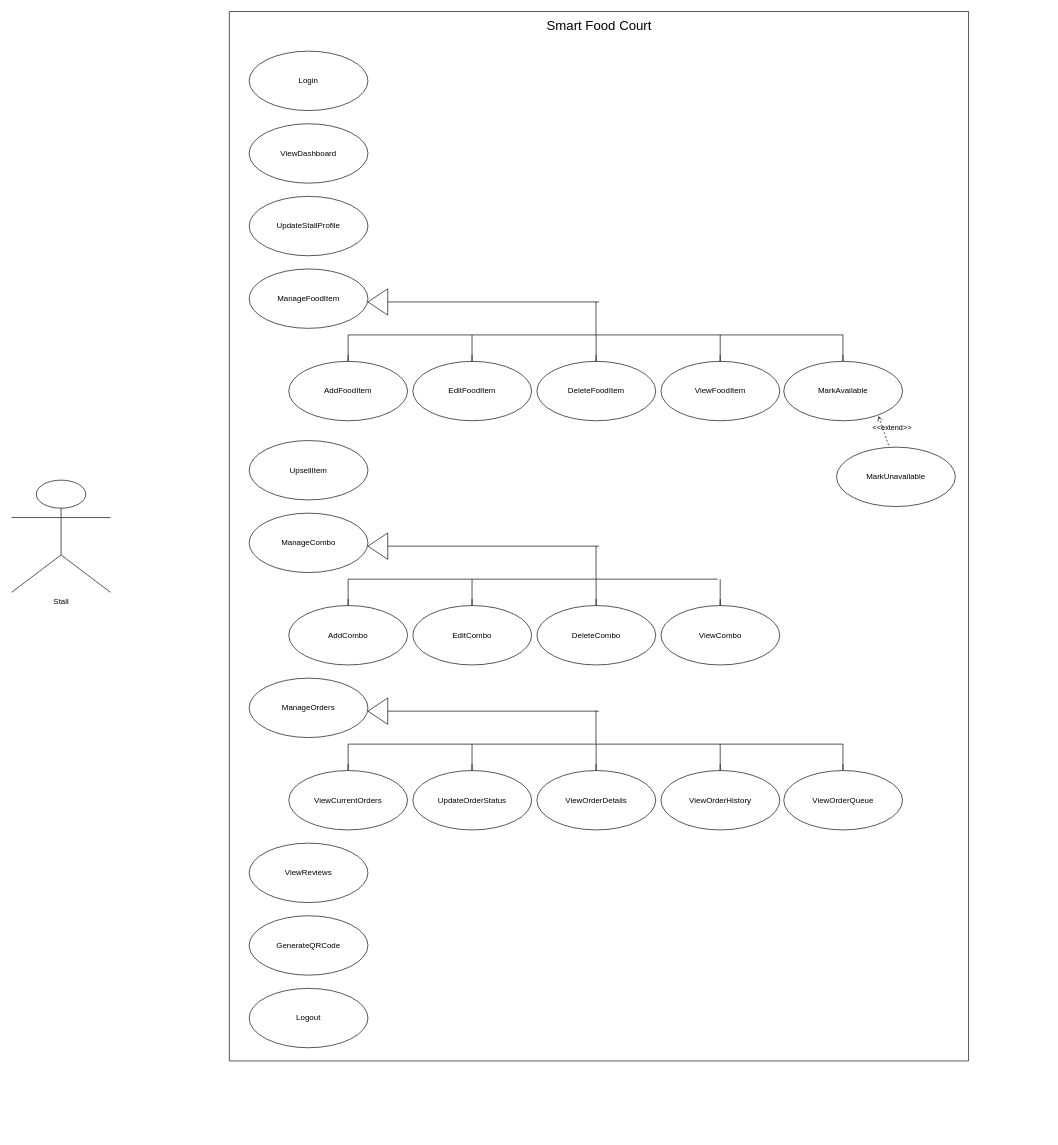
This is usecase/Stall-UseCase.drawio from arafatmansuri/SmartFoodCourt-System-Design, a draw.io file, before an edit. Source tidied: cells renumbered, new cells numbered last; positions are measured from the earlier drawing's top-left corner, leaving out a move shared by most shapes. Both pictures are drawn from the tidied source at 66%, with x=0, y=0 at pixel (11, 11).
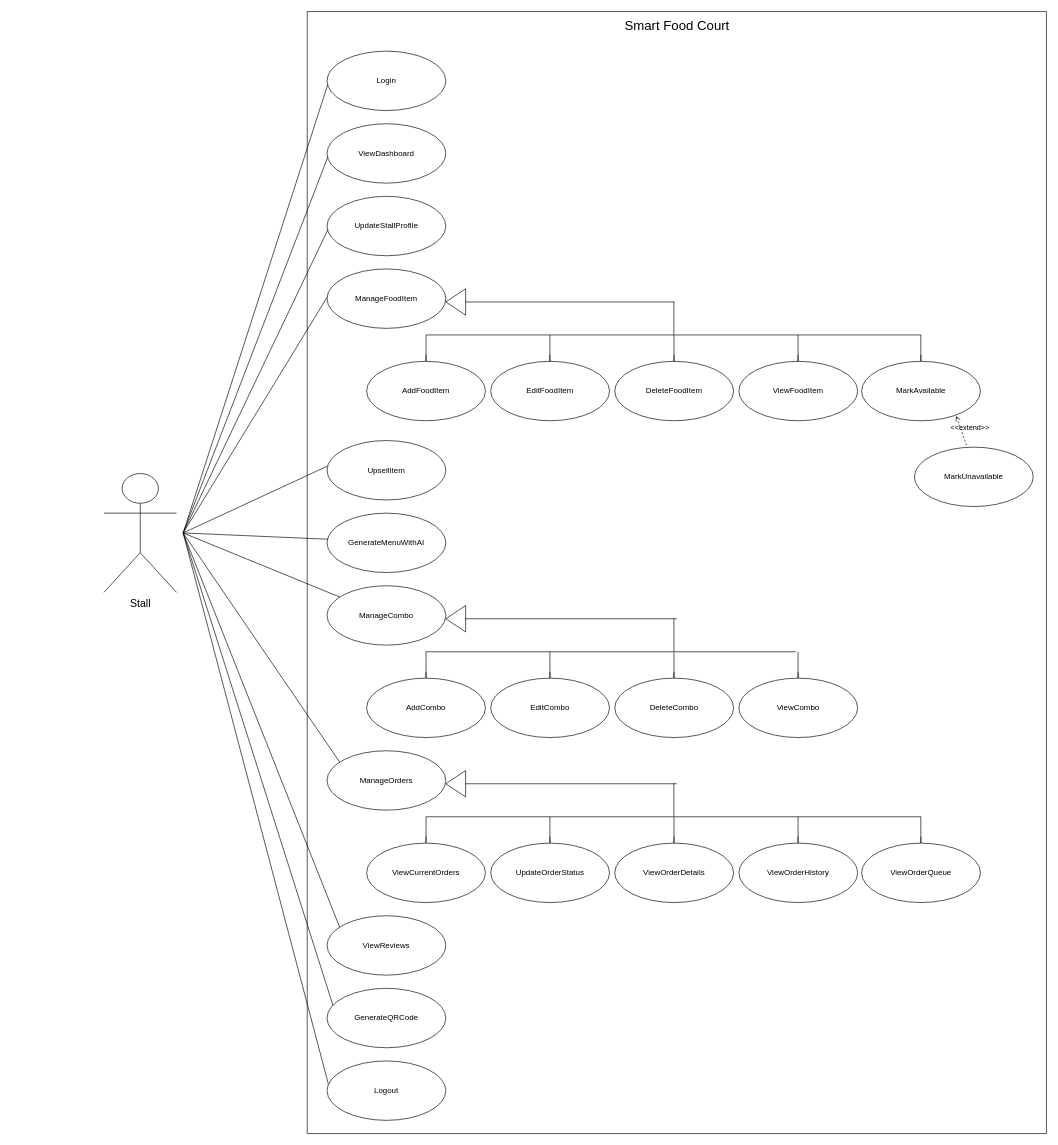
The same diagram, later.

Commit message:
Add Relation with Stall and UseCases in Stall-UseCase.drawio

The change refers to these unchanged cells:
```xml
<mxCell id="5" value="ViewDashboard" style="ellipse;whiteSpace=wrap;html=1;labelBackgroundColor=none;" parent="2" vertex="1">
  <mxGeometry x="30" y="170" width="180" height="90" as="geometry" />
</mxCell>
<mxCell id="24" value="UpsellItem" style="ellipse;whiteSpace=wrap;html=1;labelBackgroundColor=none;" parent="2" vertex="1">
  <mxGeometry x="30" y="650" width="180" height="90" as="geometry" />
</mxCell>
```

What changed in the source:
```diff
@@
     <mxCell id="2" style="swimlane;startSize=0;labelBackgroundColor=none;" parent="1" vertex="1">
-      <mxGeometry x="330" width="1120" height="1590" as="geometry" />
+      <mxGeometry x="448" width="1120" height="1700" as="geometry" />
     </mxCell>
@@
     <mxCell id="9" style="endArrow=none;html=1;rounded=0;fontColor=default;labelBackgroundColor=none;" parent="2" edge="1">
       <mxGeometry relative="1" as="geometry">
         <mxPoint x="240" y="440" as="sourcePoint" />
-        <mxPoint x="560" y="440" as="targetPoint" />
+        <mxPoint x="556" y="440" as="targetPoint" />
       </mxGeometry>
     </mxCell>
@@
     <mxCell id="25" value="ManageCombo" style="ellipse;whiteSpace=wrap;html=1;labelBackgroundColor=none;" parent="2" vertex="1">
-      <mxGeometry x="30" y="760" width="180" height="90" as="geometry" />
+      <mxGeometry x="30" y="870" width="180" height="90" as="geometry" />
     </mxCell>
     <mxCell id="26" style="triangle;whiteSpace=wrap;html=1;fillColor=none;direction=north;rotation=-90;labelBackgroundColor=none;" parent="2" vertex="1">
-      <mxGeometry x="205" y="795" width="40" height="30" as="geometry" />
+      <mxGeometry x="205" y="905" width="40" height="30" as="geometry" />
     </mxCell>
     <mxCell id="27" style="endArrow=none;html=1;rounded=0;fontColor=default;labelBackgroundColor=none;" parent="2" edge="1">
       <mxGeometry relative="1" as="geometry">
-        <mxPoint x="240" y="810" as="sourcePoint" />
-        <mxPoint x="560" y="810" as="targetPoint" />
+        <mxPoint x="240" y="920" as="sourcePoint" />
+        <mxPoint x="560" y="920" as="targetPoint" />
       </mxGeometry>
     </mxCell>
     <mxCell id="28" style="endArrow=none;html=1;rounded=0;fontColor=default;labelBackgroundColor=none;" parent="2" edge="1">
       <mxGeometry relative="1" as="geometry">
-        <mxPoint x="555.6" y="859.5" as="sourcePoint" />
-        <mxPoint x="555.6" y="809.5" as="targetPoint" />
+        <mxPoint x="555.6" y="969.5" as="sourcePoint" />
+        <mxPoint x="555.6" y="919.5" as="targetPoint" />
       </mxGeometry>
     </mxCell>
     <mxCell id="29" style="endArrow=none;html=1;rounded=0;fontColor=default;labelBackgroundColor=none;" parent="2" edge="1">
       <mxGeometry relative="1" as="geometry">
-        <mxPoint x="740" y="860" as="sourcePoint" />
-        <mxPoint x="180" y="860" as="targetPoint" />
+        <mxPoint x="740" y="970" as="sourcePoint" />
+        <mxPoint x="180" y="970" as="targetPoint" />
       </mxGeometry>
     </mxCell>
     <mxCell id="30" style="endArrow=none;html=1;rounded=0;fontColor=default;labelBackgroundColor=none;" parent="2" edge="1">
       <mxGeometry relative="1" as="geometry">
-        <mxPoint x="180" y="890" as="sourcePoint" />
-        <mxPoint x="180" y="860" as="targetPoint" />
+        <mxPoint x="180" y="1000" as="sourcePoint" />
+        <mxPoint x="180" y="970" as="targetPoint" />
         <Array as="points">
-          <mxPoint x="180" y="900" />
-          <mxPoint x="180" y="890" />
+          <mxPoint x="180" y="1010" />
+          <mxPoint x="180" y="1000" />
         </Array>
       </mxGeometry>
     </mxCell>
     <mxCell id="31" value="AddCombo" style="ellipse;whiteSpace=wrap;html=1;labelBackgroundColor=none;rotation=0;direction=west;" parent="2" vertex="1">
-      <mxGeometry x="90" y="900" width="180" height="90" as="geometry" />
+      <mxGeometry x="90" y="1010" width="180" height="90" as="geometry" />
     </mxCell>
     <mxCell id="32" value="EditCombo" style="ellipse;whiteSpace=wrap;html=1;labelBackgroundColor=none;rotation=0;direction=west;" parent="2" vertex="1">
-      <mxGeometry x="278" y="900" width="180" height="90" as="geometry" />
+      <mxGeometry x="278" y="1010" width="180" height="90" as="geometry" />
     </mxCell>
     <mxCell id="33" style="endArrow=none;html=1;rounded=0;fontColor=default;labelBackgroundColor=none;" parent="2" edge="1">
       <mxGeometry relative="1" as="geometry">
-        <mxPoint x="367.7" y="890" as="sourcePoint" />
-        <mxPoint x="367.7" y="860" as="targetPoint" />
+        <mxPoint x="367.7" y="1000" as="sourcePoint" />
+        <mxPoint x="367.7" y="970" as="targetPoint" />
         <Array as="points">
-          <mxPoint x="367.7" y="900" />
-          <mxPoint x="367.7" y="890" />
+          <mxPoint x="367.7" y="1010" />
+          <mxPoint x="367.7" y="1000" />
         </Array>
       </mxGeometry>
     </mxCell>
     <mxCell id="34" value="DeleteCombo" style="ellipse;whiteSpace=wrap;html=1;labelBackgroundColor=none;rotation=0;direction=west;" parent="2" vertex="1">
-      <mxGeometry x="466" y="900" width="180" height="90" as="geometry" />
+      <mxGeometry x="466" y="1010" width="180" height="90" as="geometry" />
     </mxCell>
     <mxCell id="35" style="endArrow=none;html=1;rounded=0;fontColor=default;labelBackgroundColor=none;" parent="2" edge="1">
       <mxGeometry relative="1" as="geometry">
-        <mxPoint x="555.7" y="890" as="sourcePoint" />
-        <mxPoint x="555.7" y="860" as="targetPoint" />
+        <mxPoint x="555.7" y="1000" as="sourcePoint" />
+        <mxPoint x="555.7" y="970" as="targetPoint" />
         <Array as="points">
-          <mxPoint x="555.7" y="900" />
-          <mxPoint x="555.7" y="890" />
+          <mxPoint x="555.7" y="1010" />
+          <mxPoint x="555.7" y="1000" />
         </Array>
       </mxGeometry>
     </mxCell>
     <mxCell id="36" value="ViewCombo" style="ellipse;whiteSpace=wrap;html=1;labelBackgroundColor=none;rotation=0;direction=west;" parent="2" vertex="1">
-      <mxGeometry x="654" y="900" width="180" height="90" as="geometry" />
+      <mxGeometry x="654" y="1010" width="180" height="90" as="geometry" />
     </mxCell>
     <mxCell id="37" style="endArrow=none;html=1;rounded=0;fontColor=default;labelBackgroundColor=none;" parent="2" edge="1">
       <mxGeometry relative="1" as="geometry">
-        <mxPoint x="743.7" y="890" as="sourcePoint" />
-        <mxPoint x="743.7" y="860" as="targetPoint" />
+        <mxPoint x="743.7" y="1000" as="sourcePoint" />
+        <mxPoint x="743.7" y="970" as="targetPoint" />
         <Array as="points">
-          <mxPoint x="743.7" y="900" />
-          <mxPoint x="743.7" y="890" />
+          <mxPoint x="743.7" y="1010" />
+          <mxPoint x="743.7" y="1000" />
         </Array>
       </mxGeometry>
     </mxCell>
     <mxCell id="38" value="ManageOrders" style="ellipse;whiteSpace=wrap;html=1;labelBackgroundColor=none;" parent="2" vertex="1">
-      <mxGeometry x="30" y="1010" width="180" height="90" as="geometry" />
+      <mxGeometry x="30" y="1120" width="180" height="90" as="geometry" />
     </mxCell>
     <mxCell id="39" style="triangle;whiteSpace=wrap;html=1;fillColor=none;direction=north;rotation=-90;labelBackgroundColor=none;" parent="2" vertex="1">
-      <mxGeometry x="205" y="1045" width="40" height="30" as="geometry" />
+      <mxGeometry x="205" y="1155" width="40" height="30" as="geometry" />
     </mxCell>
     <mxCell id="40" style="endArrow=none;html=1;rounded=0;fontColor=default;labelBackgroundColor=none;" parent="2" edge="1">
       <mxGeometry relative="1" as="geometry">
-        <mxPoint x="240" y="1060" as="sourcePoint" />
-        <mxPoint x="560" y="1060" as="targetPoint" />
+        <mxPoint x="240" y="1170" as="sourcePoint" />
+        <mxPoint x="560" y="1170" as="targetPoint" />
       </mxGeometry>
     </mxCell>
     <mxCell id="41" style="endArrow=none;html=1;rounded=0;fontColor=default;labelBackgroundColor=none;" parent="2" edge="1">
       <mxGeometry relative="1" as="geometry">
-        <mxPoint x="555.5" y="1109.5" as="sourcePoint" />
-        <mxPoint x="555.5" y="1059.5" as="targetPoint" />
+        <mxPoint x="555.5" y="1219.5" as="sourcePoint" />
+        <mxPoint x="555.5" y="1169.5" as="targetPoint" />
       </mxGeometry>
     </mxCell>
     <mxCell id="42" style="endArrow=none;html=1;rounded=0;fontColor=default;labelBackgroundColor=none;" parent="2" edge="1">
       <mxGeometry relative="1" as="geometry">
-        <mxPoint x="930" y="1110" as="sourcePoint" />
-        <mxPoint x="180" y="1110" as="targetPoint" />
+        <mxPoint x="930" y="1220" as="sourcePoint" />
+        <mxPoint x="180" y="1220" as="targetPoint" />
       </mxGeometry>
     </mxCell>
     <mxCell id="43" style="endArrow=none;html=1;rounded=0;fontColor=default;labelBackgroundColor=none;" parent="2" edge="1">
       <mxGeometry relative="1" as="geometry">
-        <mxPoint x="180" y="1140" as="sourcePoint" />
-        <mxPoint x="180" y="1110" as="targetPoint" />
+        <mxPoint x="180" y="1250" as="sourcePoint" />
+        <mxPoint x="180" y="1220" as="targetPoint" />
         <Array as="points">
-          <mxPoint x="180" y="1150" />
-          <mxPoint x="180" y="1140" />
+          <mxPoint x="180" y="1260" />
+          <mxPoint x="180" y="1250" />
         </Array>
       </mxGeometry>
     </mxCell>
     <mxCell id="44" value="ViewCurrentOrders" style="ellipse;whiteSpace=wrap;html=1;labelBackgroundColor=none;rotation=0;direction=west;" parent="2" vertex="1">
-      <mxGeometry x="90" y="1150" width="180" height="90" as="geometry" />
+      <mxGeometry x="90" y="1260" width="180" height="90" as="geometry" />
     </mxCell>
     <mxCell id="45" value="UpdateOrderStatus" style="ellipse;whiteSpace=wrap;html=1;labelBackgroundColor=none;rotation=0;direction=west;" parent="2" vertex="1">
-      <mxGeometry x="278" y="1150" width="180" height="90" as="geometry" />
+      <mxGeometry x="278" y="1260" width="180" height="90" as="geometry" />
     </mxCell>
     <mxCell id="46" style="endArrow=none;html=1;rounded=0;fontColor=default;labelBackgroundColor=none;" parent="2" edge="1">
       <mxGeometry relative="1" as="geometry">
-        <mxPoint x="367.7" y="1140" as="sourcePoint" />
-        <mxPoint x="367.7" y="1110" as="targetPoint" />
+        <mxPoint x="367.7" y="1250" as="sourcePoint" />
+        <mxPoint x="367.7" y="1220" as="targetPoint" />
         <Array as="points">
-          <mxPoint x="367.7" y="1150" />
-          <mxPoint x="367.7" y="1140" />
+          <mxPoint x="367.7" y="1260" />
+          <mxPoint x="367.7" y="1250" />
         </Array>
       </mxGeometry>
     </mxCell>
     <mxCell id="47" value="ViewOrderDetails" style="ellipse;whiteSpace=wrap;html=1;labelBackgroundColor=none;rotation=0;direction=west;" parent="2" vertex="1">
-      <mxGeometry x="466" y="1150" width="180" height="90" as="geometry" />
+      <mxGeometry x="466" y="1260" width="180" height="90" as="geometry" />
     </mxCell>
     <mxCell id="48" style="endArrow=none;html=1;rounded=0;fontColor=default;labelBackgroundColor=none;" parent="2" edge="1">
       <mxGeometry relative="1" as="geometry">
-        <mxPoint x="555.7" y="1140" as="sourcePoint" />
-        <mxPoint x="555.7" y="1110" as="targetPoint" />
+        <mxPoint x="555.7" y="1250" as="sourcePoint" />
+        <mxPoint x="555.7" y="1220" as="targetPoint" />
         <Array as="points">
-          <mxPoint x="555.7" y="1150" />
-          <mxPoint x="555.7" y="1140" />
+          <mxPoint x="555.7" y="1260" />
+          <mxPoint x="555.7" y="1250" />
         </Array>
       </mxGeometry>
     </mxCell>
     <mxCell id="49" value="ViewOrderHistory" style="ellipse;whiteSpace=wrap;html=1;labelBackgroundColor=none;rotation=0;direction=west;" parent="2" vertex="1">
-      <mxGeometry x="654" y="1150" width="180" height="90" as="geometry" />
+      <mxGeometry x="654" y="1260" width="180" height="90" as="geometry" />
     </mxCell>
     <mxCell id="50" style="endArrow=none;html=1;rounded=0;fontColor=default;labelBackgroundColor=none;" parent="2" edge="1">
       <mxGeometry relative="1" as="geometry">
-        <mxPoint x="743.7" y="1140" as="sourcePoint" />
-        <mxPoint x="743.7" y="1110" as="targetPoint" />
+        <mxPoint x="743.7" y="1250" as="sourcePoint" />
+        <mxPoint x="743.7" y="1220" as="targetPoint" />
         <Array as="points">
-          <mxPoint x="743.7" y="1150" />
-          <mxPoint x="743.7" y="1140" />
+          <mxPoint x="743.7" y="1260" />
+          <mxPoint x="743.7" y="1250" />
         </Array>
       </mxGeometry>
     </mxCell>
     <mxCell id="51" style="endArrow=none;html=1;rounded=0;fontColor=default;labelBackgroundColor=none;" parent="2" edge="1">
       <mxGeometry relative="1" as="geometry">
-        <mxPoint x="929.7" y="1140" as="sourcePoint" />
-        <mxPoint x="929.7" y="1110" as="targetPoint" />
+        <mxPoint x="929.7" y="1250" as="sourcePoint" />
+        <mxPoint x="929.7" y="1220" as="targetPoint" />
         <Array as="points">
-          <mxPoint x="929.7" y="1150" />
-          <mxPoint x="929.7" y="1140" />
+          <mxPoint x="929.7" y="1260" />
+          <mxPoint x="929.7" y="1250" />
         </Array>
       </mxGeometry>
     </mxCell>
     <mxCell id="52" value="ViewOrderQueue" style="ellipse;whiteSpace=wrap;html=1;labelBackgroundColor=none;rotation=0;direction=west;" parent="2" vertex="1">
-      <mxGeometry x="840" y="1150" width="180" height="90" as="geometry" />
+      <mxGeometry x="840" y="1260" width="180" height="90" as="geometry" />
     </mxCell>
     <mxCell id="53" value="ViewReviews" style="ellipse;whiteSpace=wrap;html=1;labelBackgroundColor=none;" parent="2" vertex="1">
-      <mxGeometry x="30" y="1260" width="180" height="90" as="geometry" />
+      <mxGeometry x="30" y="1370" width="180" height="90" as="geometry" />
     </mxCell>
     <mxCell id="54" value="GenerateQRCode" style="ellipse;whiteSpace=wrap;html=1;labelBackgroundColor=none;" parent="2" vertex="1">
-      <mxGeometry x="30" y="1370" width="180" height="90" as="geometry" />
+      <mxGeometry x="30" y="1480" width="180" height="90" as="geometry" />
     </mxCell>
     <mxCell id="55" value="Logout" style="ellipse;whiteSpace=wrap;html=1;labelBackgroundColor=none;" parent="2" vertex="1">
-      <mxGeometry x="30" y="1480" width="180" height="90" as="geometry" />
+      <mxGeometry x="30" y="1590" width="180" height="90" as="geometry" />
     </mxCell>
+    <mxCell id="57" value="GenerateMenuWithAI" style="ellipse;whiteSpace=wrap;html=1;labelBackgroundColor=none;" parent="2" vertex="1">
+      <mxGeometry x="30" y="760" width="180" height="90" as="geometry" />
+    </mxCell>
+    <mxCell id="58" style="endArrow=none;html=1;rounded=0;jumpStyle=none;shadow=0;" parent="2" edge="1">
+      <mxGeometry relative="1" as="geometry">
+        <mxPoint x="-188" y="790" as="sourcePoint" />
+        <mxPoint x="31" y="111" as="targetPoint" />
+      </mxGeometry>
+    </mxCell>
+    <mxCell id="59" style="endArrow=none;html=1;rounded=0;jumpStyle=none;shadow=0;entryX=0.006;entryY=0.562;entryDx=0;entryDy=0;entryPerimeter=0;" parent="2" edge="1" target="5">
+      <mxGeometry relative="1" as="geometry">
+        <mxPoint x="-188" y="790" as="sourcePoint" />
+      </mxGeometry>
+    </mxCell>
+    <mxCell id="60" style="endArrow=none;html=1;rounded=0;jumpStyle=none;shadow=0;entryX=0.106;entryY=0.189;entryDx=0;entryDy=0;entryPerimeter=0;" parent="2" edge="1">
+      <mxGeometry relative="1" as="geometry">
+        <mxPoint x="-188" y="790" as="sourcePoint" />
+        <mxPoint x="39" y="1506" as="targetPoint" />
+      </mxGeometry>
+    </mxCell>
-    <mxCell id="56" value="Stall" style="shape=umlActor;verticalLabelPosition=bottom;verticalAlign=top;html=1;" parent="1" vertex="1">
-      <mxGeometry y="710" width="150" height="170" as="geometry" />
+    <mxCell id="56" value="&lt;font style=&quot;font-size: 16px;&quot;&gt;Stall&lt;/font&gt;" style="shape=umlActor;verticalLabelPosition=bottom;verticalAlign=top;html=1;labelBackgroundColor=none;" parent="1" vertex="1">
+      <mxGeometry x="140" y="700" width="110" height="180" as="geometry" />
     </mxCell>
+    <mxCell id="61" style="endArrow=none;html=1;rounded=0;jumpStyle=none;shadow=0;entryX=0.006;entryY=0.562;entryDx=0;entryDy=0;entryPerimeter=0;" parent="1" edge="1">
+      <mxGeometry relative="1" as="geometry">
+        <mxPoint x="260" y="790" as="sourcePoint" />
+        <mxPoint x="479" y="331" as="targetPoint" />
+      </mxGeometry>
+    </mxCell>
+    <mxCell id="62" style="endArrow=none;html=1;rounded=0;jumpStyle=none;shadow=0;entryX=0.006;entryY=0.562;entryDx=0;entryDy=0;entryPerimeter=0;" parent="1" edge="1">
+      <mxGeometry relative="1" as="geometry">
+        <mxPoint x="260" y="790" as="sourcePoint" />
+        <mxPoint x="478" y="433" as="targetPoint" />
+      </mxGeometry>
+    </mxCell>
+    <mxCell id="63" style="endArrow=none;html=1;rounded=0;jumpStyle=none;shadow=0;entryX=0.004;entryY=0.43;entryDx=0;entryDy=0;entryPerimeter=0;" parent="1" edge="1" target="24">
+      <mxGeometry relative="1" as="geometry">
+        <mxPoint x="260" y="790" as="sourcePoint" />
+      </mxGeometry>
+    </mxCell>
+    <mxCell id="64" style="endArrow=none;html=1;rounded=0;jumpStyle=none;shadow=0;entryX=0.004;entryY=0.43;entryDx=0;entryDy=0;entryPerimeter=0;" parent="1" edge="1">
+      <mxGeometry relative="1" as="geometry">
+        <mxPoint x="260" y="790" as="sourcePoint" />
+        <mxPoint x="479" y="799.5" as="targetPoint" />
+      </mxGeometry>
+    </mxCell>
+    <mxCell id="65" style="endArrow=none;html=1;rounded=0;jumpStyle=none;shadow=0;entryX=0.106;entryY=0.189;entryDx=0;entryDy=0;entryPerimeter=0;" parent="1" edge="1" target="25">
+      <mxGeometry relative="1" as="geometry">
+        <mxPoint x="260" y="790" as="sourcePoint" />
+      </mxGeometry>
+    </mxCell>
+    <mxCell id="66" style="endArrow=none;html=1;rounded=0;jumpStyle=none;shadow=0;entryX=0.106;entryY=0.189;entryDx=0;entryDy=0;entryPerimeter=0;" parent="1" edge="1">
+      <mxGeometry relative="1" as="geometry">
+        <mxPoint x="260" y="790" as="sourcePoint" />
+        <mxPoint x="497" y="1137" as="targetPoint" />
+      </mxGeometry>
+    </mxCell>
+    <mxCell id="67" style="endArrow=none;html=1;rounded=0;jumpStyle=none;shadow=0;entryX=0.106;entryY=0.189;entryDx=0;entryDy=0;entryPerimeter=0;" parent="1" edge="1">
+      <mxGeometry relative="1" as="geometry">
+        <mxPoint x="260" y="790" as="sourcePoint" />
+        <mxPoint x="497" y="1387" as="targetPoint" />
+      </mxGeometry>
+    </mxCell>
+    <mxCell id="68" style="endArrow=none;html=1;rounded=0;jumpStyle=none;shadow=0;entryX=0.106;entryY=0.189;entryDx=0;entryDy=0;entryPerimeter=0;" parent="1" edge="1">
+      <mxGeometry relative="1" as="geometry">
+        <mxPoint x="260" y="790" as="sourcePoint" />
+        <mxPoint x="480" y="1625" as="targetPoint" />
+      </mxGeometry>
+    </mxCell>
```
